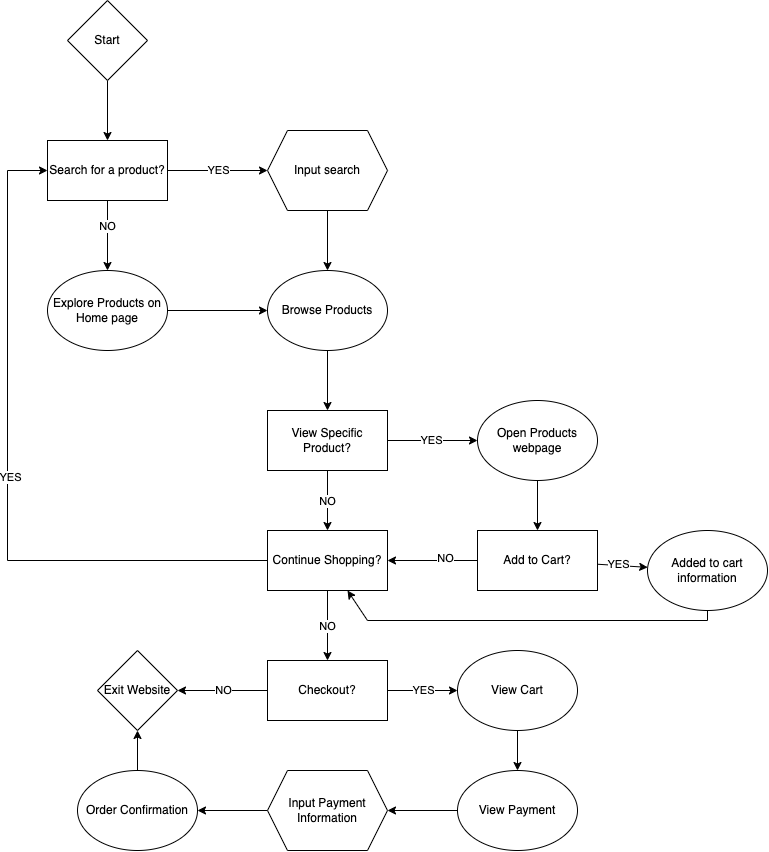
Above: explore/diagramming/diagram.drawio.png in evanykauh/sp24-cse110-lab4 (draw.io), before the change. Source tidied: cells renumbered, new cells last; positions are measured from the earlier drawing's top-left corner, leaving out a move shared by most shapes.
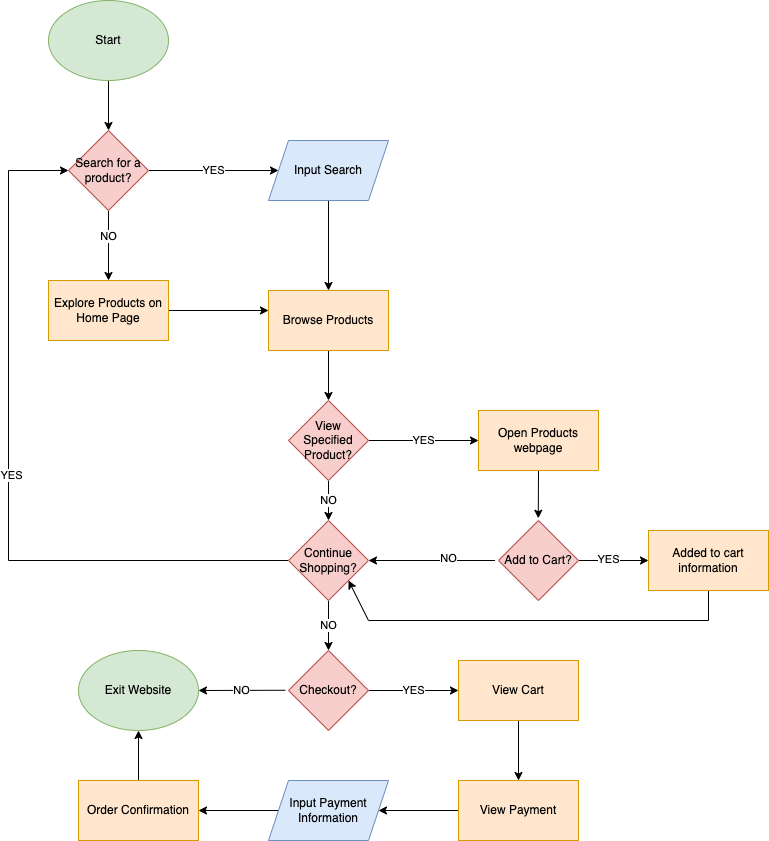
The same file after the commit.

Change to the diagram source:
```diff
@@ -2,75 +2,53 @@
   <root>
     <mxCell id="0" />
     <mxCell id="1" parent="0" />
-    <mxCell id="2" value="YES" style="edgeStyle=none;html=1;exitX=1;exitY=0.5;exitDx=0;exitDy=0;" parent="1" edge="1" source="5" target="7">
+    <mxCell id="2" value="YES" style="edgeStyle=none;html=1;exitX=1;exitY=0.5;exitDx=0;exitDy=0;entryX=0;entryY=0.5;entryDx=0;entryDy=0;" parent="1" edge="1" source="5" target="42">
       <mxGeometry relative="1" as="geometry" />
     </mxCell>
-    <mxCell id="3" style="edgeStyle=none;html=1;entryX=0.5;entryY=0;entryDx=0;entryDy=0;" parent="1" edge="1" source="5" target="10">
+    <mxCell id="3" style="edgeStyle=none;html=1;entryX=0.5;entryY=0;entryDx=0;entryDy=0;exitX=0.5;exitY=1;exitDx=0;exitDy=0;" parent="1" edge="1" source="5" target="44">
       <mxGeometry relative="1" as="geometry" />
     </mxCell>
     <mxCell id="4" value="NO" style="edgeLabel;html=1;align=center;verticalAlign=middle;" parent="3" vertex="1">
       <mxGeometry x="-0.29" y="-1" relative="1" as="geometry" />
     </mxCell>
-    <mxCell id="5" value="Search for a product?" style="rounded=0;whiteSpace=wrap;html=1;" parent="1" vertex="1">
-      <mxGeometry x="40" y="140" width="120" height="60" as="geometry" />
-    </mxCell>
-    <mxCell id="6" style="edgeStyle=none;html=1;entryX=0.5;entryY=0;entryDx=0;entryDy=0;" parent="1" edge="1" source="7" target="13">
+    <mxCell id="6" style="edgeStyle=none;html=1;entryX=0.5;entryY=0;entryDx=0;entryDy=0;exitX=0.5;exitY=1;exitDx=0;exitDy=0;" parent="1" edge="1" source="42" target="13">
       <mxGeometry relative="1" as="geometry" />
     </mxCell>
-    <mxCell id="7" value="Input search" style="shape=hexagon;perimeter=hexagonPerimeter2;whiteSpace=wrap;html=1;fixedSize=1;" parent="1" vertex="1">
-      <mxGeometry x="260" y="130" width="120" height="80" as="geometry" />
-    </mxCell>
     <mxCell id="8" style="edgeStyle=none;html=1;entryX=0.5;entryY=0;entryDx=0;entryDy=0;" parent="1" edge="1" target="5">
       <mxGeometry relative="1" as="geometry">
         <mxPoint x="100" y="80" as="sourcePoint" />
       </mxGeometry>
     </mxCell>
-    <mxCell id="9" style="edgeStyle=none;html=1;entryX=0;entryY=0.5;entryDx=0;entryDy=0;" parent="1" edge="1" source="10" target="13">
-      <mxGeometry relative="1" as="geometry" />
+    <mxCell id="9" style="edgeStyle=none;html=1;entryX=0;entryY=0.5;entryDx=0;entryDy=0;exitX=1;exitY=0.5;exitDx=0;exitDy=0;" parent="1" edge="1" source="44">
+      <mxGeometry relative="1" as="geometry">
+        <mxPoint x="260" y="310" as="targetPoint" />
+      </mxGeometry>
     </mxCell>
-    <mxCell id="10" value="Explore Products on Home page" style="ellipse;whiteSpace=wrap;html=1;" parent="1" vertex="1">
-      <mxGeometry x="40" y="270" width="120" height="80" as="geometry" />
-    </mxCell>
-    <mxCell id="11" value="Start" style="rhombus;whiteSpace=wrap;html=1;" parent="1" vertex="1">
-      <mxGeometry x="60" width="80" height="80" as="geometry" />
-    </mxCell>
-    <mxCell id="12" style="edgeStyle=none;html=1;entryX=0.5;entryY=0;entryDx=0;entryDy=0;" parent="1" edge="1" source="13" target="16">
+    <mxCell id="12" style="edgeStyle=none;html=1;entryX=0.5;entryY=0;entryDx=0;entryDy=0;exitX=0.5;exitY=1;exitDx=0;exitDy=0;" parent="1" edge="1" source="13" target="43">
       <mxGeometry relative="1" as="geometry" />
     </mxCell>
-    <mxCell id="13" value="Browse Products" style="ellipse;whiteSpace=wrap;html=1;" parent="1" vertex="1">
-      <mxGeometry x="260" y="270" width="120" height="80" as="geometry" />
-    </mxCell>
-    <mxCell id="14" value="YES" style="edgeStyle=none;html=1;entryX=0;entryY=0.5;entryDx=0;entryDy=0;" parent="1" edge="1" source="16" target="18">
+    <mxCell id="14" value="YES" style="edgeStyle=none;html=1;entryX=0;entryY=0.5;entryDx=0;entryDy=0;exitX=1;exitY=0.5;exitDx=0;exitDy=0;" parent="1" edge="1" source="43" target="18">
       <mxGeometry relative="1" as="geometry" />
     </mxCell>
-    <mxCell id="15" value="NO" style="edgeStyle=none;html=1;entryX=0.5;entryY=0;entryDx=0;entryDy=0;" parent="1" edge="1" source="16" target="27">
+    <mxCell id="15" value="NO" style="edgeStyle=none;html=1;entryX=0.5;entryY=0;entryDx=0;entryDy=0;exitX=0.5;exitY=1;exitDx=0;exitDy=0;" parent="1" edge="1" source="43" target="27">
       <mxGeometry relative="1" as="geometry" />
     </mxCell>
-    <mxCell id="16" value="View Specific Product?" style="rounded=0;whiteSpace=wrap;html=1;" parent="1" vertex="1">
-      <mxGeometry x="260" y="410" width="120" height="60" as="geometry" />
-    </mxCell>
-    <mxCell id="17" style="edgeStyle=none;html=1;entryX=0.5;entryY=0;entryDx=0;entryDy=0;" parent="1" edge="1" source="18" target="23">
+    <mxCell id="17" style="edgeStyle=none;html=1;entryX=0.497;entryY=-0.028;entryDx=0;entryDy=0;entryPerimeter=0;exitX=0.5;exitY=1;exitDx=0;exitDy=0;" parent="1" edge="1" source="18" target="23">
       <mxGeometry relative="1" as="geometry" />
     </mxCell>
-    <mxCell id="18" value="Open Products webpage" style="ellipse;whiteSpace=wrap;html=1;" parent="1" vertex="1">
-      <mxGeometry x="470" y="400" width="120" height="80" as="geometry" />
-    </mxCell>
-    <mxCell id="19" style="edgeStyle=none;html=1;" parent="1" edge="1" source="23" target="25">
+    <mxCell id="19" style="edgeStyle=none;html=1;exitX=1;exitY=0.5;exitDx=0;exitDy=0;entryX=0;entryY=0.5;entryDx=0;entryDy=0;" parent="1" edge="1" source="23" target="25">
       <mxGeometry relative="1" as="geometry" />
     </mxCell>
     <mxCell id="20" value="YES" style="edgeLabel;html=1;align=center;verticalAlign=middle;" parent="19" vertex="1">
       <mxGeometry x="-0.18" y="2" relative="1" as="geometry" />
     </mxCell>
-    <mxCell id="21" style="edgeStyle=none;html=1;entryX=1;entryY=0.5;entryDx=0;entryDy=0;" parent="1" edge="1" source="23" target="27">
+    <mxCell id="21" style="edgeStyle=none;html=1;entryX=1;entryY=0.5;entryDx=0;entryDy=0;exitX=-0.044;exitY=0.5;exitDx=0;exitDy=0;exitPerimeter=0;" parent="1" edge="1" source="23" target="27">
       <mxGeometry relative="1" as="geometry" />
     </mxCell>
     <mxCell id="22" value="NO" style="edgeLabel;html=1;align=center;verticalAlign=middle;" parent="21" vertex="1">
       <mxGeometry x="-0.25" y="-3" relative="1" as="geometry" />
     </mxCell>
-    <mxCell id="23" value="Add to Cart?" style="rounded=0;whiteSpace=wrap;html=1;" parent="1" vertex="1">
-      <mxGeometry x="470" y="530" width="120" height="60" as="geometry" />
-    </mxCell>
-    <mxCell id="24" style="edgeStyle=none;html=1;rounded=0;exitX=0.5;exitY=1;exitDx=0;exitDy=0;" parent="1" edge="1" source="25" target="27">
+    <mxCell id="24" style="edgeStyle=none;html=1;rounded=0;exitX=0.5;exitY=1;exitDx=0;exitDy=0;entryX=1;entryY=1;entryDx=0;entryDy=0;" parent="1" edge="1" source="25" target="27">
       <mxGeometry relative="1" as="geometry">
         <Array as="points">
           <mxPoint x="700" y="620" />
@@ -78,24 +56,15 @@
         </Array>
       </mxGeometry>
     </mxCell>
-    <mxCell id="25" value="Added to cart information" style="ellipse;whiteSpace=wrap;html=1;" parent="1" vertex="1">
-      <mxGeometry x="640" y="530" width="120" height="80" as="geometry" />
-    </mxCell>
-    <mxCell id="26" value="NO" style="edgeStyle=none;rounded=0;html=1;entryX=0.5;entryY=0;entryDx=0;entryDy=0;" parent="1" edge="1" source="27" target="30">
+    <mxCell id="26" value="NO" style="edgeStyle=none;rounded=0;html=1;entryX=0.5;entryY=0;entryDx=0;entryDy=0;exitX=0.5;exitY=1;exitDx=0;exitDy=0;" parent="1" edge="1" source="27" target="30">
       <mxGeometry relative="1" as="geometry" />
     </mxCell>
-    <mxCell id="27" value="Continue Shopping?" style="rounded=0;whiteSpace=wrap;html=1;" parent="1" vertex="1">
-      <mxGeometry x="260" y="530" width="120" height="60" as="geometry" />
-    </mxCell>
-    <mxCell id="28" value="NO" style="edgeStyle=none;rounded=0;html=1;" parent="1" edge="1" source="30" target="33">
+    <mxCell id="28" value="NO" style="edgeStyle=none;rounded=0;html=1;entryX=1;entryY=0.5;entryDx=0;entryDy=0;exitX=-0.039;exitY=0.497;exitDx=0;exitDy=0;exitPerimeter=0;" parent="1" edge="1" source="30" target="33">
       <mxGeometry relative="1" as="geometry" />
     </mxCell>
-    <mxCell id="29" value="YES" style="edgeStyle=none;rounded=0;html=1;entryX=0;entryY=0.5;entryDx=0;entryDy=0;" parent="1" edge="1" source="30" target="35">
+    <mxCell id="29" value="YES" style="edgeStyle=none;rounded=0;html=1;entryX=0;entryY=0.5;entryDx=0;entryDy=0;exitX=1;exitY=0.5;exitDx=0;exitDy=0;" parent="1" edge="1" source="30" target="35">
       <mxGeometry relative="1" as="geometry" />
     </mxCell>
-    <mxCell id="30" value="Checkout?" style="rounded=0;whiteSpace=wrap;html=1;" parent="1" vertex="1">
-      <mxGeometry x="260" y="660" width="120" height="60" as="geometry" />
-    </mxCell>
     <mxCell id="31" style="endArrow=classic;html=1;rounded=0;exitX=0;exitY=0.5;exitDx=0;exitDy=0;entryX=0;entryY=0.5;entryDx=0;entryDy=0;" parent="1" edge="1" source="27" target="5">
       <mxGeometry relative="1" as="geometry">
         <Array as="points">
@@ -107,32 +76,65 @@
     <mxCell id="32" value="YES" style="edgeLabel;html=1;align=center;verticalAlign=middle;" parent="31" vertex="1">
       <mxGeometry y="-2" relative="1" as="geometry" />
     </mxCell>
+    <mxCell id="34" style="edgeStyle=none;rounded=0;html=1;exitX=0.5;exitY=1;exitDx=0;exitDy=0;entryX=0.5;entryY=0;entryDx=0;entryDy=0;" parent="1" edge="1" source="35" target="37">
+      <mxGeometry relative="1" as="geometry" />
+    </mxCell>
+    <mxCell id="36" style="edgeStyle=none;rounded=0;html=1;entryX=1;entryY=0.5;entryDx=0;entryDy=0;exitX=0;exitY=0.5;exitDx=0;exitDy=0;" parent="1" edge="1" source="37" target="39">
+      <mxGeometry relative="1" as="geometry" />
+    </mxCell>
+    <mxCell id="38" style="edgeStyle=none;rounded=0;html=1;entryX=1;entryY=0.5;entryDx=0;entryDy=0;exitX=0;exitY=0.5;exitDx=0;exitDy=0;" parent="1" edge="1" source="39" target="41">
+      <mxGeometry relative="1" as="geometry" />
+    </mxCell>
+    <mxCell id="40" style="edgeStyle=none;rounded=0;html=1;entryX=0.5;entryY=1;entryDx=0;entryDy=0;exitX=0.5;exitY=0;exitDx=0;exitDy=0;" parent="1" edge="1" source="41" target="33">
+      <mxGeometry relative="1" as="geometry" />
+    </mxCell>
+    <mxCell id="42" value="Input Search" style="shape=parallelogram;perimeter=parallelogramPerimeter;whiteSpace=wrap;html=1;fixedSize=1;fillColor=#dae8fc;strokeColor=#6c8ebf;" parent="1" vertex="1">
+      <mxGeometry x="260" y="140" width="120" height="60" as="geometry" />
+    </mxCell>
+    <mxCell id="39" value="Input Payment Information" style="shape=parallelogram;perimeter=parallelogramPerimeter;whiteSpace=wrap;html=1;fixedSize=1;fillColor=#dae8fc;strokeColor=#6c8ebf;" parent="1" vertex="1">
+      <mxGeometry x="260" y="780" width="120" height="60" as="geometry" />
+    </mxCell>
+    <mxCell id="11" value="Start" style="ellipse;whiteSpace=wrap;html=1;fillColor=#d5e8d4;strokeColor=#82b366;" parent="1" vertex="1">
+      <mxGeometry x="40" width="120" height="80" as="geometry" />
+    </mxCell>
-    <mxCell id="33" value="Exit Website" style="rhombus;whiteSpace=wrap;html=1;rounded=0;" parent="1" vertex="1">
-      <mxGeometry x="90" y="650" width="80" height="80" as="geometry" />
+    <mxCell id="33" value="Exit Website" style="ellipse;whiteSpace=wrap;html=1;fillColor=#d5e8d4;strokeColor=#82b366;" parent="1" vertex="1">
+      <mxGeometry x="70" y="650" width="120" height="80" as="geometry" />
     </mxCell>
-    <mxCell id="34" style="edgeStyle=none;rounded=0;html=1;entryX=0.5;entryY=0;entryDx=0;entryDy=0;" parent="1" edge="1" source="35" target="37">
-      <mxGeometry relative="1" as="geometry" />
-    </mxCell>
+    <mxCell id="30" value="Checkout?" style="rhombus;whiteSpace=wrap;html=1;fillColor=#f8cecc;strokeColor=#b85450;" parent="1" vertex="1">
+      <mxGeometry x="280" y="650" width="80" height="80" as="geometry" />
+    </mxCell>
+    <mxCell id="27" value="Continue Shopping?" style="rhombus;whiteSpace=wrap;html=1;fillColor=#f8cecc;strokeColor=#b85450;" parent="1" vertex="1">
+      <mxGeometry x="280" y="520" width="80" height="80" as="geometry" />
+    </mxCell>
+    <mxCell id="23" value="Add to Cart?" style="rhombus;whiteSpace=wrap;html=1;fillColor=#f8cecc;strokeColor=#b85450;" parent="1" vertex="1">
+      <mxGeometry x="490" y="520" width="80" height="80" as="geometry" />
+    </mxCell>
+    <mxCell id="43" value="View Specified Product?" style="rhombus;whiteSpace=wrap;html=1;fillColor=#f8cecc;strokeColor=#b85450;" parent="1" vertex="1">
+      <mxGeometry x="280" y="400" width="80" height="80" as="geometry" />
+    </mxCell>
+    <mxCell id="5" value="Search for a product?" style="rhombus;whiteSpace=wrap;html=1;fillColor=#f8cecc;strokeColor=#b85450;" parent="1" vertex="1">
+      <mxGeometry x="60" y="130" width="80" height="80" as="geometry" />
+    </mxCell>
+    <mxCell id="44" value="Explore Products on Home Page" style="rounded=0;whiteSpace=wrap;html=1;fillColor=#ffe6cc;strokeColor=#d79b00;" parent="1" vertex="1">
+      <mxGeometry x="40" y="280" width="120" height="60" as="geometry" />
+    </mxCell>
+    <mxCell id="13" value="Browse Products" style="rounded=0;whiteSpace=wrap;html=1;fillColor=#ffe6cc;strokeColor=#d79b00;" parent="1" vertex="1">
+      <mxGeometry x="260" y="290" width="120" height="60" as="geometry" />
+    </mxCell>
+    <mxCell id="18" value="Open Products webpage" style="rounded=0;whiteSpace=wrap;html=1;fillColor=#ffe6cc;strokeColor=#d79b00;" parent="1" vertex="1">
+      <mxGeometry x="470" y="410" width="120" height="60" as="geometry" />
+    </mxCell>
+    <mxCell id="25" value="Added to cart information" style="rounded=0;whiteSpace=wrap;html=1;fillColor=#ffe6cc;strokeColor=#d79b00;" parent="1" vertex="1">
+      <mxGeometry x="640" y="530" width="120" height="60" as="geometry" />
+    </mxCell>
+    <mxCell id="41" value="Order Confirmation" style="rounded=0;whiteSpace=wrap;html=1;fillColor=#ffe6cc;strokeColor=#d79b00;" parent="1" vertex="1">
+      <mxGeometry x="70" y="780" width="120" height="60" as="geometry" />
+    </mxCell>
+    <mxCell id="37" value="View Payment" style="rounded=0;whiteSpace=wrap;html=1;fillColor=#ffe6cc;strokeColor=#d79b00;" parent="1" vertex="1">
+      <mxGeometry x="450" y="780" width="120" height="60" as="geometry" />
+    </mxCell>
-    <mxCell id="35" value="View Cart" style="ellipse;whiteSpace=wrap;html=1;" parent="1" vertex="1">
-      <mxGeometry x="450" y="650" width="120" height="80" as="geometry" />
+    <mxCell id="35" value="View Cart" style="rounded=0;whiteSpace=wrap;html=1;fillColor=#ffe6cc;strokeColor=#d79b00;" parent="1" vertex="1">
+      <mxGeometry x="450" y="660" width="120" height="60" as="geometry" />
     </mxCell>
-    <mxCell id="36" style="edgeStyle=none;rounded=0;html=1;entryX=1;entryY=0.5;entryDx=0;entryDy=0;" parent="1" edge="1" source="37" target="39">
-      <mxGeometry relative="1" as="geometry" />
-    </mxCell>
-    <mxCell id="37" value="View Payment" style="ellipse;whiteSpace=wrap;html=1;" parent="1" vertex="1">
-      <mxGeometry x="450" y="770" width="120" height="80" as="geometry" />
-    </mxCell>
-    <mxCell id="38" style="edgeStyle=none;rounded=0;html=1;entryX=1;entryY=0.5;entryDx=0;entryDy=0;" parent="1" edge="1" source="39" target="41">
-      <mxGeometry relative="1" as="geometry" />
-    </mxCell>
-    <mxCell id="39" value="Input Payment Information" style="shape=hexagon;perimeter=hexagonPerimeter2;whiteSpace=wrap;html=1;fixedSize=1;" parent="1" vertex="1">
-      <mxGeometry x="260" y="770" width="120" height="80" as="geometry" />
-    </mxCell>
-    <mxCell id="40" style="edgeStyle=none;rounded=0;html=1;entryX=0.5;entryY=1;entryDx=0;entryDy=0;" parent="1" edge="1" source="41" target="33">
-      <mxGeometry relative="1" as="geometry" />
-    </mxCell>
-    <mxCell id="41" value="Order Confirmation" style="ellipse;whiteSpace=wrap;html=1;" parent="1" vertex="1">
-      <mxGeometry x="70" y="770" width="120" height="80" as="geometry" />
-    </mxCell>
   </root>
 </mxGraphModel>
```
